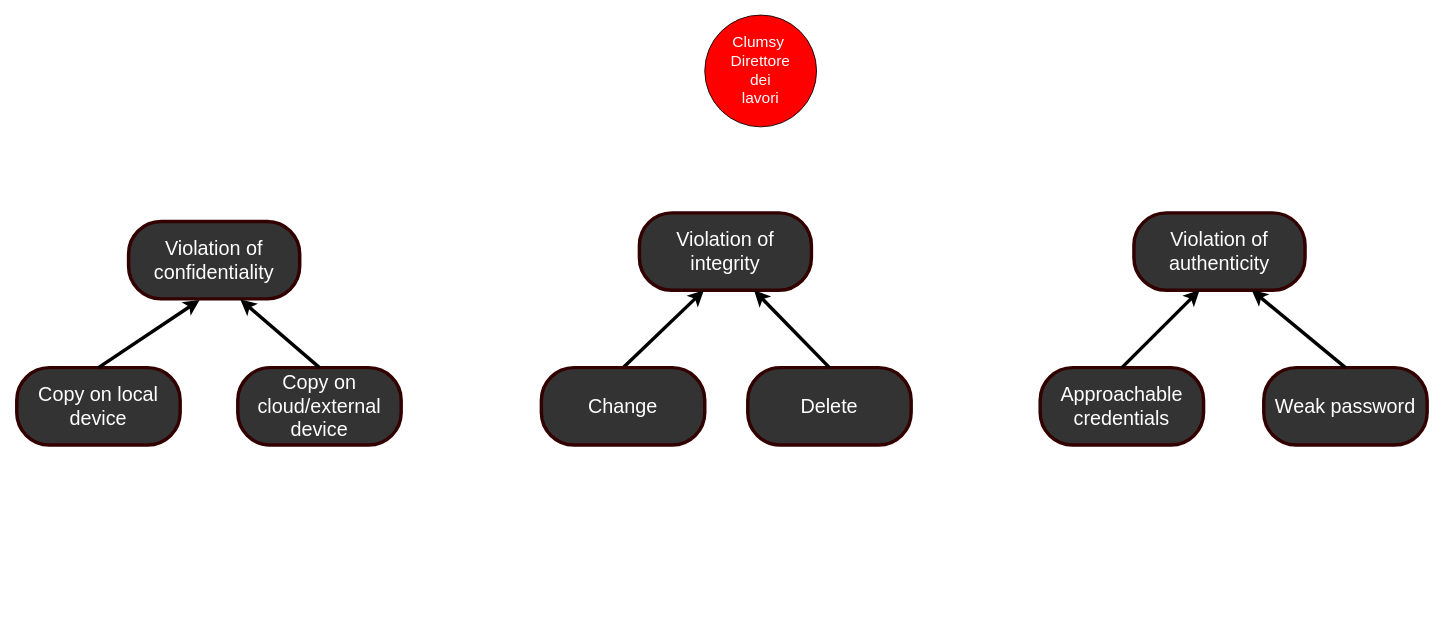
marzdeveloper/SoftwareCybersecurity keeps this draw.io diagram as Misuse attack trees.drawio. Above is the earlier version. Source tidied: cells renumbered, new cells numbered last; positions are measured from the earlier drawing's top-left corner, leaving out a move shared by most shapes. Both pictures are drawn from the tidied source at 86%, with x=0, y=0 at pixel (16, 15).
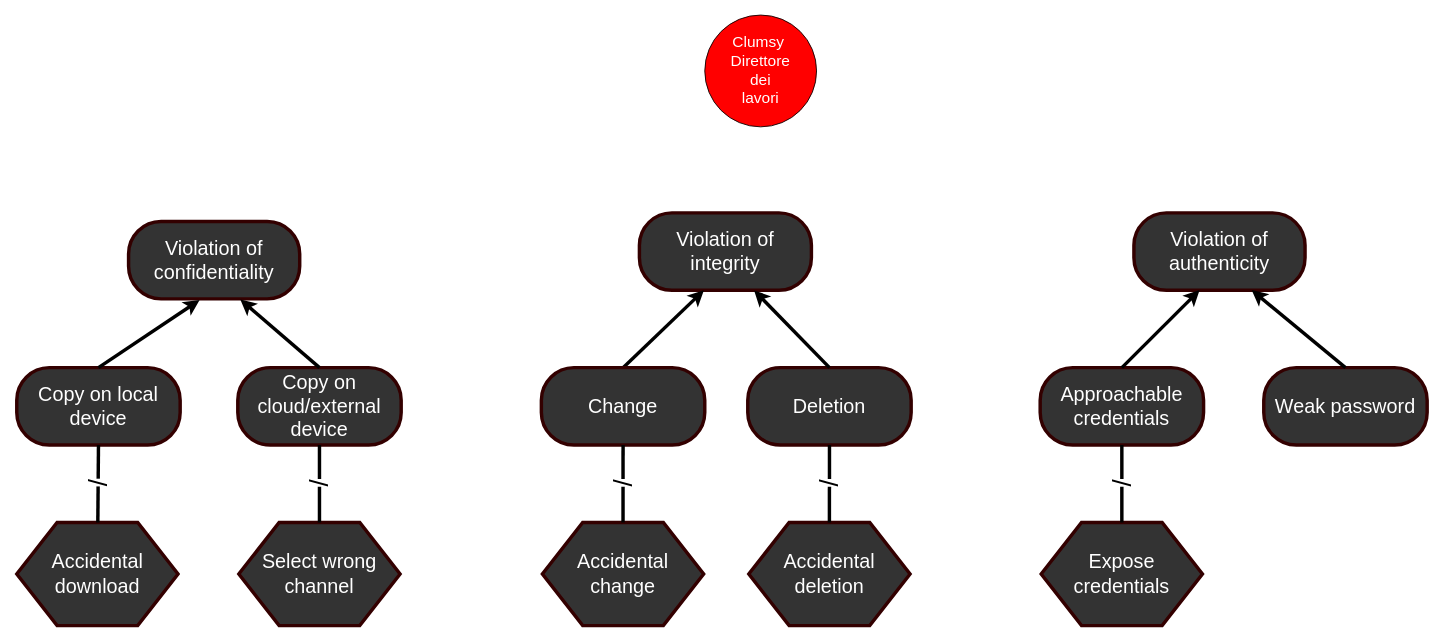
The same page after the edit.

Unchanged cells that the change refers to:
```xml
<mxCell id="6" value="&lt;font color=&quot;#ffffff&quot;&gt;&lt;span style=&quot;font-size: 23px&quot;&gt;Copy on local device&lt;/span&gt;&lt;/font&gt;" style="rounded=1;whiteSpace=wrap;html=1;strokeColor=#330000;strokeWidth=4;fillColor=#333333;gradientColor=none;arcSize=42;" parent="1" vertex="1">
  <mxGeometry y="410" width="190" height="90" as="geometry" />
</mxCell>
<mxCell id="7" value="&lt;font color=&quot;#ffffff&quot;&gt;&lt;span style=&quot;font-size: 23px&quot;&gt;Copy on cloud/external device&lt;/span&gt;&lt;/font&gt;" style="rounded=1;whiteSpace=wrap;html=1;strokeColor=#330000;strokeWidth=4;fillColor=#333333;gradientColor=none;arcSize=42;" parent="1" vertex="1">
  <mxGeometry x="257" y="410" width="190" height="90" as="geometry" />
</mxCell>
<mxCell id="10" value="&lt;span style=&quot;font-family: &amp;#34;arial&amp;#34; , sans-serif ; text-align: left&quot;&gt;&lt;font style=&quot;font-size: 23px&quot; color=&quot;#ffffff&quot;&gt;Approachable credentials&lt;/font&gt;&lt;/span&gt;" style="rounded=1;whiteSpace=wrap;html=1;strokeColor=#330000;strokeWidth=4;fillColor=#333333;gradientColor=none;arcSize=42;" parent="1" vertex="1">
  <mxGeometry x="1190" y="410" width="190" height="90" as="geometry" />
</mxCell>
<mxCell id="15" value="&lt;font color=&quot;#ffffff&quot;&gt;&lt;span style=&quot;font-size: 23px&quot;&gt;Change&lt;/span&gt;&lt;/font&gt;" style="rounded=1;whiteSpace=wrap;html=1;strokeColor=#330000;strokeWidth=4;fillColor=#333333;gradientColor=none;arcSize=42;" parent="1" vertex="1">
  <mxGeometry x="610" y="410" width="190" height="90" as="geometry" />
</mxCell>
```

Change to the diagram source:
```diff
@@
-    <mxCell id="16" value="&lt;font color=&quot;#ffffff&quot;&gt;&lt;span style=&quot;font-size: 23px&quot;&gt;Delete&lt;/span&gt;&lt;/font&gt;" style="rounded=1;whiteSpace=wrap;html=1;strokeColor=#330000;strokeWidth=4;fillColor=#333333;gradientColor=none;arcSize=42;" parent="1" vertex="1">
+    <mxCell id="16" value="&lt;font color=&quot;#ffffff&quot;&gt;&lt;span style=&quot;font-size: 23px&quot;&gt;Deletion&lt;/span&gt;&lt;/font&gt;" style="rounded=1;whiteSpace=wrap;html=1;strokeColor=#330000;strokeWidth=4;fillColor=#333333;gradientColor=none;arcSize=42;" parent="1" vertex="1">
       <mxGeometry x="850" y="410" width="190" height="90" as="geometry" />
     </mxCell>
@@
+    <mxCell id="18" value="&lt;font style=&quot;font-size: 23px&quot;&gt;Accidental download&lt;/font&gt;" style="shape=hexagon;perimeter=hexagonPerimeter2;whiteSpace=wrap;html=1;fillColor=#333333;fontColor=#FFFFFF;rounded=0;strokeWidth=4;strokeColor=#330000;" parent="1" vertex="1">
+      <mxGeometry y="590" width="187.5" height="120" as="geometry" />
+    </mxCell>
+    <mxCell id="19" value="/" style="endArrow=none;html=1;fontColor=#000000;entryX=0.5;entryY=1;entryDx=0;entryDy=0;strokeWidth=4;horizontal=0;fontSize=30;" parent="1" edge="1" source="18" target="6">
+      <mxGeometry relative="1" as="geometry" />
+    </mxCell>
+    <mxCell id="20" value="&lt;font style=&quot;font-size: 23px&quot;&gt;Select wrong channel&lt;/font&gt;" style="shape=hexagon;perimeter=hexagonPerimeter2;whiteSpace=wrap;html=1;fillColor=#333333;fontColor=#FFFFFF;rounded=0;strokeWidth=4;strokeColor=#330000;" parent="1" vertex="1">
+      <mxGeometry x="258.2" y="590" width="187.5" height="120" as="geometry" />
+    </mxCell>
+    <mxCell id="21" value="/" style="endArrow=none;html=1;fontColor=#000000;entryX=0.5;entryY=1;entryDx=0;entryDy=0;strokeWidth=4;horizontal=0;fontSize=30;exitX=0.5;exitY=0;exitDx=0;exitDy=0;" parent="1" edge="1" source="20" target="7">
+      <mxGeometry relative="1" as="geometry" />
+    </mxCell>
+    <mxCell id="22" value="&lt;font style=&quot;font-size: 23px&quot;&gt;Accidental change&lt;/font&gt;" style="shape=hexagon;perimeter=hexagonPerimeter2;whiteSpace=wrap;html=1;fillColor=#333333;fontColor=#FFFFFF;rounded=0;strokeWidth=4;strokeColor=#330000;" parent="1" vertex="1">
+      <mxGeometry x="611.2" y="590" width="187.5" height="120" as="geometry" />
+    </mxCell>
+    <mxCell id="23" value="&lt;font style=&quot;font-size: 23px&quot;&gt;Accidental deletion&lt;/font&gt;" style="shape=hexagon;perimeter=hexagonPerimeter2;whiteSpace=wrap;html=1;fillColor=#333333;fontColor=#FFFFFF;rounded=0;strokeWidth=4;strokeColor=#330000;" parent="1" vertex="1">
+      <mxGeometry x="851.2" y="590" width="187.5" height="120" as="geometry" />
+    </mxCell>
+    <mxCell id="24" value="/" style="endArrow=none;html=1;fontColor=#000000;entryX=0.5;entryY=1;entryDx=0;entryDy=0;strokeWidth=4;horizontal=0;fontSize=30;exitX=0.5;exitY=0;exitDx=0;exitDy=0;" parent="1" edge="1" source="22" target="15">
+      <mxGeometry relative="1" as="geometry" />
+    </mxCell>
+    <mxCell id="25" value="/" style="endArrow=none;html=1;fontColor=#000000;entryX=0.5;entryY=1;entryDx=0;entryDy=0;strokeWidth=4;horizontal=0;fontSize=30;exitX=0.5;exitY=0;exitDx=0;exitDy=0;" parent="1" edge="1" source="23" target="16">
+      <mxGeometry relative="1" as="geometry" />
+    </mxCell>
+    <mxCell id="26" value="&lt;font style=&quot;font-size: 23px&quot;&gt;Expose credentials&lt;/font&gt;" style="shape=hexagon;perimeter=hexagonPerimeter2;whiteSpace=wrap;html=1;fillColor=#333333;fontColor=#FFFFFF;rounded=0;strokeWidth=4;strokeColor=#330000;" parent="1" vertex="1">
+      <mxGeometry x="1191.2" y="590" width="187.5" height="120" as="geometry" />
+    </mxCell>
+    <mxCell id="27" value="/" style="endArrow=none;html=1;fontColor=#000000;entryX=0.5;entryY=1;entryDx=0;entryDy=0;strokeWidth=4;horizontal=0;fontSize=30;exitX=0.5;exitY=0;exitDx=0;exitDy=0;" parent="1" edge="1" source="26" target="10">
+      <mxGeometry relative="1" as="geometry" />
+    </mxCell>
```
